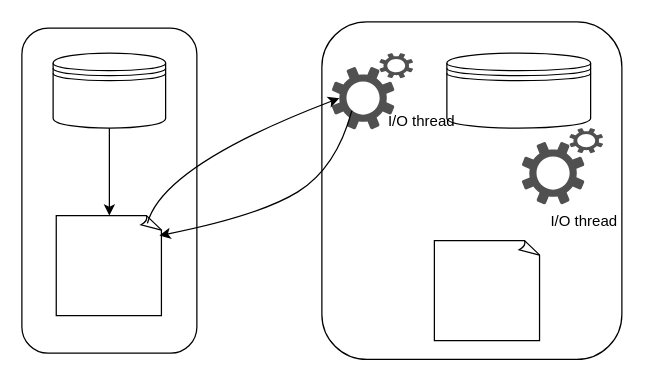
Earlier version of the draw.io diagram DrawIO_file/流程图/binlog备份原理.drawio (DingDongZz/typera_PicGO). Source tidied: cells renumbered, new cells numbered last; positions are measured from the earlier drawing's top-left corner, leaving out a move shared by most shapes. Both pictures are drawn from the tidied source at 125%, with x=0, y=0 at pixel (21, 21).
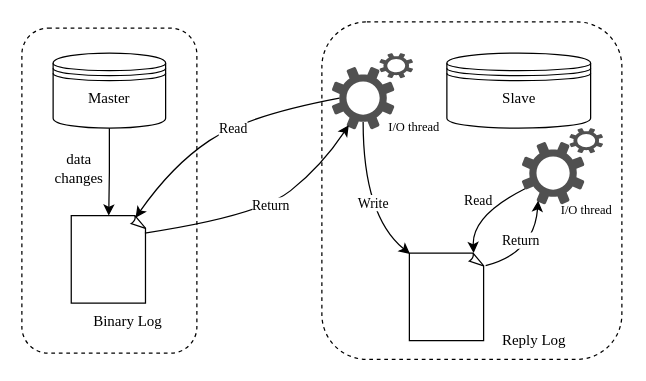
Above is the later version.

Commit message (it also covers changes not shown here):
更新binlog备份原理.drawio

What changed in the source:
```diff
@@
-    <mxCell id="2" style="rounded=1;whiteSpace=wrap;html=1;" parent="1" vertex="1">
+    <mxCell id="2" style="rounded=1;whiteSpace=wrap;html=1;dashed=1;fontFamily=Times New Roman;" parent="1" vertex="1">
       <mxGeometry y="5" width="140" height="260" as="geometry" />
     </mxCell>
-    <mxCell id="3" style="rounded=1;whiteSpace=wrap;html=1;" parent="1" vertex="1">
+    <mxCell id="3" style="rounded=1;whiteSpace=wrap;html=1;dashed=1;fontFamily=Times New Roman;" parent="1" vertex="1">
       <mxGeometry x="240" width="240" height="270" as="geometry" />
     </mxCell>
-    <mxCell id="4" style="whiteSpace=wrap;html=1;shape=mxgraph.basic.document;" parent="1" vertex="1">
-      <mxGeometry x="27.5" y="155" width="85" height="80" as="geometry" />
+    <mxCell id="4" style="whiteSpace=wrap;html=1;shape=mxgraph.basic.document;fontFamily=Times New Roman;" parent="1" vertex="1">
+      <mxGeometry x="39.5" y="155" width="60" height="70" as="geometry" />
     </mxCell>
-    <mxCell id="5" style="whiteSpace=wrap;html=1;shape=mxgraph.basic.document;" parent="1" vertex="1">
-      <mxGeometry x="330" y="175" width="85" height="80" as="geometry" />
+    <mxCell id="5" style="whiteSpace=wrap;html=1;shape=mxgraph.basic.document;fontFamily=Times New Roman;" parent="1" vertex="1">
+      <mxGeometry x="310" y="185" width="60" height="70" as="geometry" />
     </mxCell>
-    <mxCell id="6" style="shape=datastore;whiteSpace=wrap;html=1;" parent="1" vertex="1">
+    <mxCell id="6" style="shape=datastore;whiteSpace=wrap;html=1;fontFamily=Times New Roman;" parent="1" vertex="1">
       <mxGeometry x="25" y="25" width="90" height="60" as="geometry" />
     </mxCell>
-    <mxCell id="7" style="shape=datastore;whiteSpace=wrap;html=1;" parent="1" vertex="1">
+    <mxCell id="7" style="shape=datastore;whiteSpace=wrap;html=1;fontFamily=Times New Roman;" parent="1" vertex="1">
       <mxGeometry x="340" y="25" width="115" height="60" as="geometry" />
     </mxCell>
-    <mxCell id="8" style="group;" parent="1" vertex="1">
+    <mxCell id="8" style="group;fontFamily=Times New Roman;" parent="1" vertex="1">
       <mxGeometry x="248" y="25" width="102" height="70" as="geometry" />
     </mxCell>
-    <mxCell id="9" style="sketch=0;shadow=0;dashed=0;html=1;strokeColor=none;labelPosition=center;verticalLabelPosition=bottom;verticalAlign=top;align=center;fillColor=#505050;shape=mxgraph.mscae.enterprise.settings;direction=south;" parent="8" vertex="1">
+    <mxCell id="9" style="sketch=0;shadow=0;dashed=0;html=1;strokeColor=none;labelPosition=center;verticalLabelPosition=bottom;verticalAlign=top;align=center;fillColor=#505050;shape=mxgraph.mscae.enterprise.settings;direction=south;fontFamily=Times New Roman;" parent="8" vertex="1">
       <mxGeometry y="11" width="50" height="50" as="geometry" />
     </mxCell>
-    <mxCell id="10" style="sketch=0;shadow=0;dashed=0;html=1;strokeColor=none;labelPosition=center;verticalLabelPosition=bottom;verticalAlign=top;align=center;fillColor=#505050;shape=mxgraph.mscae.enterprise.settings;" parent="8" vertex="1">
+    <mxCell id="10" style="sketch=0;shadow=0;dashed=0;html=1;strokeColor=none;labelPosition=center;verticalLabelPosition=bottom;verticalAlign=top;align=center;fillColor=#505050;shape=mxgraph.mscae.enterprise.settings;fontFamily=Times New Roman;" parent="8" vertex="1">
       <mxGeometry x="38" width="27" height="20" as="geometry" />
     </mxCell>
-    <mxCell id="11" value="I/O thread" style="text;html=1;align=center;verticalAlign=middle;whiteSpace=wrap;rounded=0;" parent="8" vertex="1">
-      <mxGeometry x="42" y="40" width="60" height="30" as="geometry" />
+    <mxCell id="11" value="I/O thread" style="text;html=1;align=center;verticalAlign=middle;whiteSpace=wrap;rounded=0;fontFamily=Times New Roman;fontSize=10;fontColor=default;" parent="8" vertex="1">
+      <mxGeometry x="36" y="44" width="60" height="30" as="geometry" />
     </mxCell>
-    <mxCell id="12" style="group;" parent="1" vertex="1">
+    <mxCell id="12" style="group;fontFamily=Times New Roman;" parent="1" vertex="1">
       <mxGeometry x="400" y="85" width="65" height="61" as="geometry" />
     </mxCell>
-    <mxCell id="13" style="sketch=0;shadow=0;dashed=0;html=1;strokeColor=none;labelPosition=center;verticalLabelPosition=bottom;verticalAlign=top;align=center;fillColor=#505050;shape=mxgraph.mscae.enterprise.settings;direction=south;" parent="12" vertex="1">
+    <mxCell id="13" style="sketch=0;shadow=0;dashed=0;html=1;strokeColor=none;labelPosition=center;verticalLabelPosition=bottom;verticalAlign=top;align=center;fillColor=#505050;shape=mxgraph.mscae.enterprise.settings;direction=south;fontFamily=Times New Roman;" parent="12" vertex="1">
       <mxGeometry y="11" width="50" height="50" as="geometry" />
     </mxCell>
-    <mxCell id="14" style="sketch=0;shadow=0;dashed=0;html=1;strokeColor=none;labelPosition=center;verticalLabelPosition=bottom;verticalAlign=top;align=center;fillColor=#505050;shape=mxgraph.mscae.enterprise.settings;" parent="12" vertex="1">
+    <mxCell id="14" style="sketch=0;shadow=0;dashed=0;html=1;strokeColor=none;labelPosition=center;verticalLabelPosition=bottom;verticalAlign=top;align=center;fillColor=#505050;shape=mxgraph.mscae.enterprise.settings;fontFamily=Times New Roman;" parent="12" vertex="1">
       <mxGeometry x="38" width="27" height="20" as="geometry" />
     </mxCell>
-    <mxCell id="15" style="edgeStyle=orthogonalEdgeStyle;rounded=0;jettySize=auto;html=1;entryX=0.5;entryY=0;entryDx=0;entryDy=0;entryPerimeter=0;" parent="1" edge="1" source="6" target="4">
+    <mxCell id="15" style="edgeStyle=orthogonalEdgeStyle;rounded=0;jettySize=auto;html=1;entryX=0.5;entryY=0;entryDx=0;entryDy=0;entryPerimeter=0;fontFamily=Times New Roman;" parent="1" edge="1" source="6" target="4">
       <mxGeometry relative="1" as="geometry" />
     </mxCell>
-    <mxCell id="16" style="curved=1;endArrow=classic;html=1;rounded=0;exitX=0.858;exitY=0.078;exitDx=0;exitDy=0;exitPerimeter=0;entryX=0.5;entryY=0.88;entryDx=0;entryDy=0;entryPerimeter=0;" parent="1" edge="1" source="4" target="9">
+    <mxCell id="16" style="curved=1;endArrow=none;html=1;rounded=0;exitX=0.858;exitY=0.024;exitDx=0;exitDy=0;exitPerimeter=0;entryX=0.5;entryY=0.88;entryDx=0;entryDy=0;entryPerimeter=0;startFill=1;startArrow=classic;fontFamily=Times New Roman;" parent="1" edge="1" source="4" target="9">
       <mxGeometry relative="1" as="geometry">
         <Array as="points">
-          <mxPoint x="112.5" y="115" />
+          <mxPoint x="120" y="115" />
+          <mxPoint x="180" y="75" />
         </Array>
       </mxGeometry>
     </mxCell>
+    <mxCell id="19" value="Read" style="edgeLabel;html=1;align=center;verticalAlign=middle;fontFamily=Times New Roman;" parent="16" vertex="1">
+      <mxGeometry x="0.09" y="-1" relative="1" as="geometry" />
+    </mxCell>
-    <mxCell id="17" style="curved=1;endArrow=classic;html=1;rounded=0;exitX=0.858;exitY=0.078;exitDx=0;exitDy=0;exitPerimeter=0;entryX=0.5;entryY=0.88;entryDx=0;entryDy=0;entryPerimeter=0;" parent="1" edge="1">
+    <mxCell id="17" style="curved=1;endArrow=none;html=1;rounded=0;exitX=0.933;exitY=0.73;exitDx=0;exitDy=0;exitPerimeter=0;entryX=0.982;entryY=0.199;entryDx=0;entryDy=0;entryPerimeter=0;startFill=1;startArrow=classic;fontFamily=Times New Roman;" parent="1" edge="1" source="9" target="4">
       <mxGeometry relative="1" as="geometry">
-        <mxPoint x="264" y="71" as="sourcePoint" />
-        <mxPoint x="110" y="171" as="targetPoint" />
         <Array as="points">
-          <mxPoint x="251.5" y="117" />
+          <mxPoint x="240" y="115" />
           <mxPoint x="190" y="155" />
         </Array>
       </mxGeometry>
     </mxCell>
+    <mxCell id="20" value="Return" style="edgeLabel;html=1;align=center;verticalAlign=middle;fontFamily=Times New Roman;" parent="17" vertex="1">
+      <mxGeometry x="-0.07" y="-2" relative="1" as="geometry" />
+    </mxCell>
-    <mxCell id="18" value="I/O thread" style="text;html=1;align=center;verticalAlign=middle;whiteSpace=wrap;rounded=0;" parent="1" vertex="1">
-      <mxGeometry x="420" y="145" width="60" height="30" as="geometry" />
+    <mxCell id="18" value="I/O thread" style="text;html=1;align=center;verticalAlign=middle;whiteSpace=wrap;rounded=0;fontSize=10;fontFamily=Times New Roman;" parent="1" vertex="1">
+      <mxGeometry x="422" y="135" width="60" height="30" as="geometry" />
     </mxCell>
+    <mxCell id="21" style="curved=1;endArrow=classic;html=1;rounded=0;exitX=0.88;exitY=0.5;exitDx=0;exitDy=0;exitPerimeter=0;entryX=0.009;entryY=0.01;entryDx=0;entryDy=0;entryPerimeter=0;fontFamily=Times New Roman;" parent="1" edge="1" source="9" target="5">
+      <mxGeometry relative="1" as="geometry">
+        <Array as="points">
+          <mxPoint x="273" y="155" />
+        </Array>
+      </mxGeometry>
+    </mxCell>
+    <mxCell id="22" value="Write" style="edgeLabel;html=1;align=center;verticalAlign=middle;fontFamily=Times New Roman;" parent="21" vertex="1">
+      <mxGeometry x="0.03" y="7" relative="1" as="geometry" />
+    </mxCell>
+    <mxCell id="23" style="curved=1;endArrow=classic;html=1;rounded=0;exitX=0.857;exitY=-0.001;exitDx=0;exitDy=0;exitPerimeter=0;entryX=0.75;entryY=0.95;entryDx=0;entryDy=0;entryPerimeter=0;fontFamily=Times New Roman;" parent="1" edge="1">
+      <mxGeometry relative="1" as="geometry">
+        <mxPoint x="371" y="195" as="sourcePoint" />
+        <mxPoint x="413" y="143" as="targetPoint" />
+        <Array as="points">
+          <mxPoint x="410" y="185" />
+        </Array>
+      </mxGeometry>
+    </mxCell>
+    <mxCell id="24" value="Return" style="edgeLabel;html=1;align=center;verticalAlign=middle;fontFamily=Times New Roman;" parent="23" vertex="1">
+      <mxGeometry x="-0.34" y="3" relative="1" as="geometry">
+        <mxPoint x="2" y="-11" as="offset" />
+      </mxGeometry>
+    </mxCell>
+    <mxCell id="25" value="data &lt;br&gt;changes" style="text;html=1;align=center;verticalAlign=middle;whiteSpace=wrap;rounded=0;fontFamily=Times New Roman;" parent="1" vertex="1">
+      <mxGeometry x="1" y="102" width="90" height="29" as="geometry" />
+    </mxCell>
+    <mxCell id="26" value="Master" style="text;html=1;align=center;verticalAlign=middle;whiteSpace=wrap;rounded=0;fontFamily=Times New Roman;" parent="1" vertex="1">
+      <mxGeometry x="40" y="46" width="60" height="30" as="geometry" />
+    </mxCell>
+    <mxCell id="27" value="Slave" style="text;html=1;align=center;verticalAlign=middle;whiteSpace=wrap;rounded=0;fontFamily=Times New Roman;" parent="1" vertex="1">
+      <mxGeometry x="367.5" y="46" width="60" height="30" as="geometry" />
+    </mxCell>
+    <mxCell id="28" style="curved=1;endArrow=classic;html=1;rounded=0;exitX=0.75;exitY=0.95;exitDx=0;exitDy=0;exitPerimeter=0;entryX=0.857;entryY=-0.001;entryDx=0;entryDy=0;entryPerimeter=0;fontFamily=Times New Roman;" parent="1" edge="1" source="13" target="5">
+      <mxGeometry relative="1" as="geometry">
+        <Array as="points">
+          <mxPoint x="360" y="155" />
+        </Array>
+      </mxGeometry>
+    </mxCell>
+    <mxCell id="29" value="Read" style="edgeLabel;html=1;align=center;verticalAlign=middle;fontFamily=Times New Roman;" parent="28" vertex="1">
+      <mxGeometry x="-0.01" y="-9" relative="1" as="geometry" />
+    </mxCell>
+    <mxCell id="30" value="Binary Log" style="text;html=1;align=center;verticalAlign=middle;whiteSpace=wrap;rounded=0;fontFamily=Times New Roman;" parent="1" vertex="1">
+      <mxGeometry x="55" y="225" width="60" height="30" as="geometry" />
+    </mxCell>
+    <mxCell id="31" value="Reply Log" style="text;html=1;align=center;verticalAlign=middle;whiteSpace=wrap;rounded=0;fontFamily=Times New Roman;" parent="1" vertex="1">
+      <mxGeometry x="380" y="240" width="60" height="30" as="geometry" />
+    </mxCell>
```
